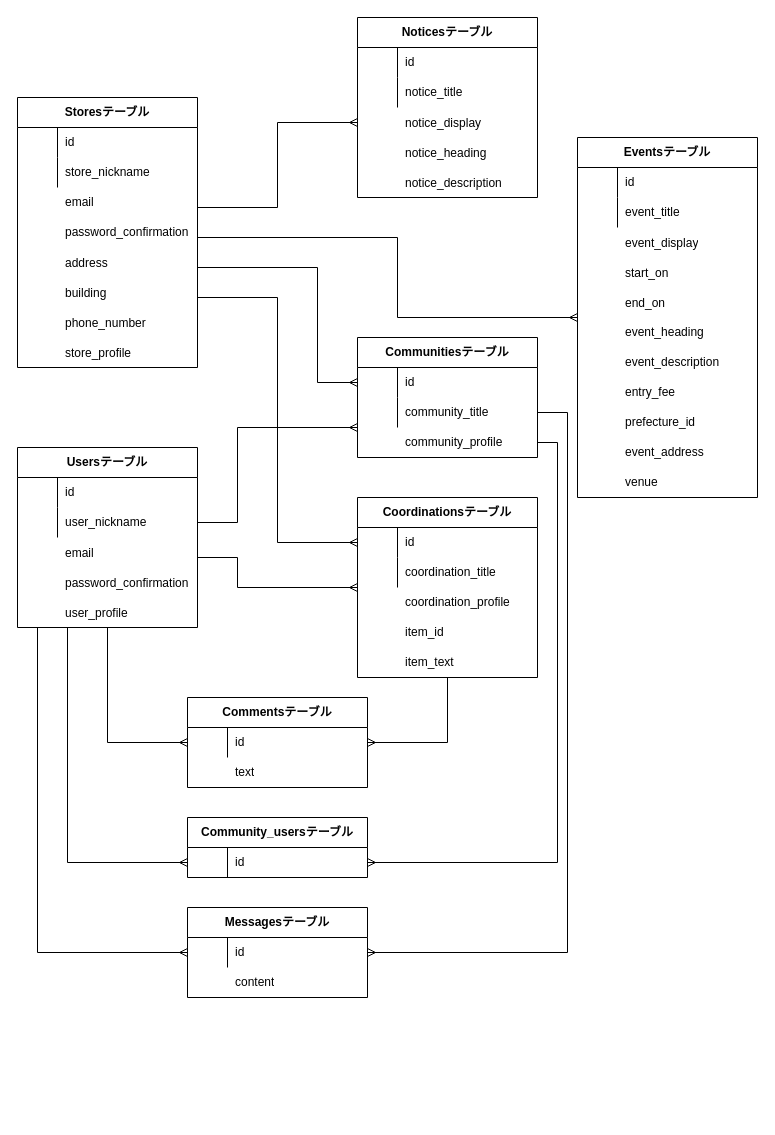
Before: furugispace.dio in yuto730/furugispace, a draw.io diagram. Source tidied: cells renumbered, new cells numbered last; positions are measured from the earlier drawing's top-left corner, leaving out a move shared by most shapes. Both pictures are drawn from the tidied source at 100%, with x=0, y=0 at pixel (17, 17).
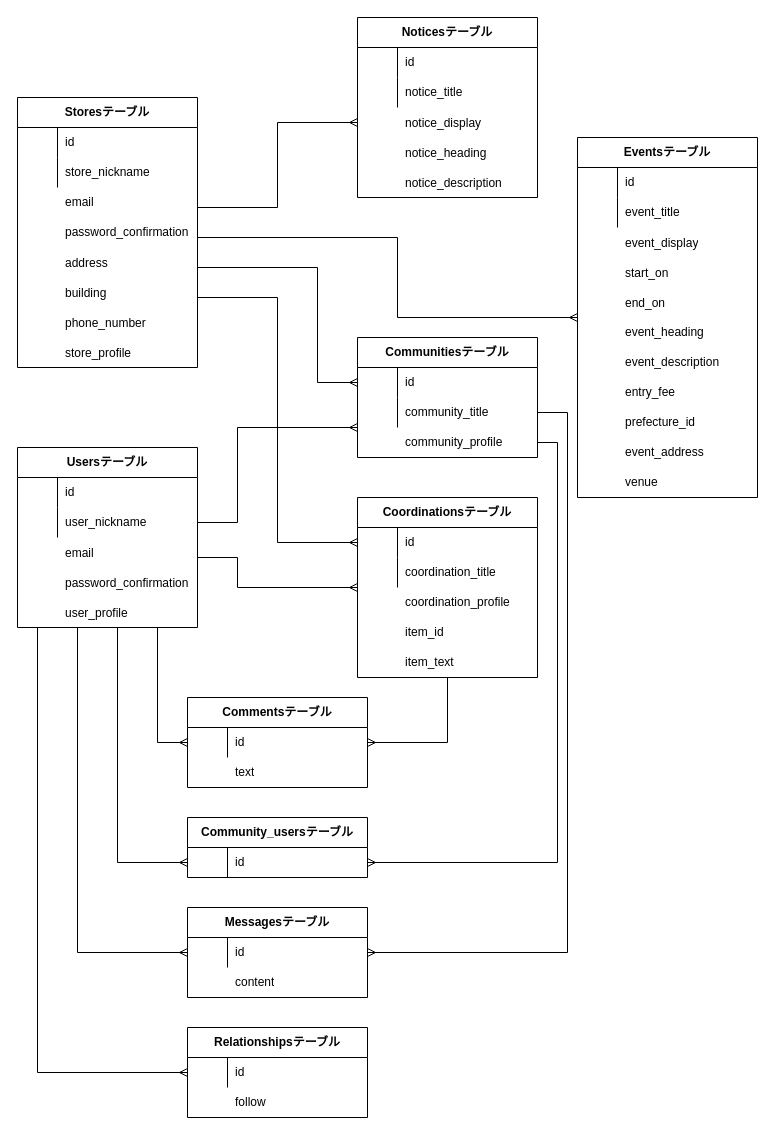
The same page after the edit.

The change refers to these unchanged cells:
```xml
<mxCell id="70" style="shape=partialRectangle;html=1;whiteSpace=wrap;fillColor=none;top=0;left=0;bottom=0;right=0;points=[[0,0.5],[1,0.5]];portConstraint=eastwest;" parent="69" vertex="1">
  <mxGeometry y="30" width="180" height="30" as="geometry" />
</mxCell>
<mxCell id="76" style="shape=partialRectangle;html=1;whiteSpace=wrap;fillColor=none;top=0;left=0;bottom=0;right=0;points=[[0,0.5],[1,0.5]];portConstraint=eastwest;" parent="75" vertex="1">
  <mxGeometry y="30" width="180" height="30" as="geometry" />
</mxCell>
<mxCell id="82" style="shape=partialRectangle;html=1;whiteSpace=wrap;fillColor=none;top=0;left=0;bottom=0;right=0;points=[[0,0.5],[1,0.5]];portConstraint=eastwest;" parent="81" vertex="1">
  <mxGeometry y="30" width="180" height="30" as="geometry" />
</mxCell>
```

The edit, as a diff of the source:
```diff
@@
     <mxCell id="74" style="edgeStyle=orthogonalEdgeStyle;rounded=0;jettySize=auto;html=1;endArrow=ERmany;endFill=0;startArrow=none;startFill=0;entryX=0;entryY=0.5;entryDx=0;entryDy=0;" parent="1" edge="1" target="70">
       <mxGeometry relative="1" as="geometry">
-        <mxPoint x="90" y="610" as="sourcePoint" />
+        <mxPoint x="140" y="610" as="sourcePoint" />
         <Array as="points">
-          <mxPoint x="90" y="725" />
+          <mxPoint x="140" y="725" />
         </Array>
       </mxGeometry>
     </mxCell>
@@
     <mxCell id="80" style="edgeStyle=orthogonalEdgeStyle;rounded=0;jettySize=auto;html=1;endArrow=ERmany;endFill=0;startArrow=none;startFill=0;entryX=0;entryY=0.5;entryDx=0;entryDy=0;" parent="1" edge="1" target="76">
       <mxGeometry relative="1" as="geometry">
-        <mxPoint x="50" y="610" as="sourcePoint" />
+        <mxPoint x="100" y="610" as="sourcePoint" />
         <Array as="points">
-          <mxPoint x="50" y="845" />
+          <mxPoint x="100" y="845" />
         </Array>
       </mxGeometry>
     </mxCell>
@@
     <mxCell id="86" style="edgeStyle=orthogonalEdgeStyle;rounded=0;jettySize=auto;html=1;endArrow=ERmany;endFill=0;startArrow=none;startFill=0;entryX=0;entryY=0.5;entryDx=0;entryDy=0;" parent="1" edge="1" target="82">
       <mxGeometry relative="1" as="geometry">
-        <mxPoint x="20" y="610" as="sourcePoint" />
+        <mxPoint x="60" y="610" as="sourcePoint" />
         <Array as="points">
-          <mxPoint x="20" y="935" />
+          <mxPoint x="60" y="935" />
         </Array>
       </mxGeometry>
     </mxCell>
@@
+    <mxCell id="95" value="Relationshipsテーブル" style="shape=table;html=1;whiteSpace=wrap;startSize=30;childLayout=tableLayout;rowLines=0;fontStyle=1;align=center;" parent="1" vertex="1">
+      <mxGeometry x="170" y="1010" width="180" height="90" as="geometry" />
+    </mxCell>
+    <mxCell id="96" style="shape=partialRectangle;html=1;whiteSpace=wrap;fillColor=none;top=0;left=0;bottom=0;right=0;points=[[0,0.5],[1,0.5]];portConstraint=eastwest;" parent="95" vertex="1">
+      <mxGeometry y="30" width="180" height="30" as="geometry" />
+    </mxCell>
+    <mxCell id="97" style="shape=partialRectangle;html=1;whiteSpace=wrap;fillColor=none;top=0;left=0;bottom=0;right=0;overflow=hidden;" parent="96" vertex="1">
+      <mxGeometry width="40" height="30" as="geometry" />
+    </mxCell>
+    <mxCell id="98" value="id" style="shape=partialRectangle;html=1;whiteSpace=wrap;fillColor=none;top=0;left=0;bottom=0;right=0;align=left;spacingLeft=6;overflow=hidden;" parent="96" vertex="1">
+      <mxGeometry x="40" width="140" height="30" as="geometry" />
+    </mxCell>
+    <mxCell id="99" value="follow" style="shape=partialRectangle;html=1;whiteSpace=wrap;fillColor=none;top=0;left=0;bottom=0;right=0;align=left;spacingLeft=6;overflow=hidden;" parent="1" vertex="1">
+      <mxGeometry x="210" y="1070" width="140" height="30" as="geometry" />
+    </mxCell>
+    <mxCell id="100" style="edgeStyle=orthogonalEdgeStyle;rounded=0;jettySize=auto;html=1;endArrow=ERmany;endFill=0;startArrow=none;startFill=0;entryX=0;entryY=0.5;entryDx=0;entryDy=0;" parent="1" edge="1" target="96">
+      <mxGeometry relative="1" as="geometry">
+        <mxPoint x="20" y="610" as="sourcePoint" />
+        <Array as="points">
+          <mxPoint x="20" y="1055" />
+        </Array>
+      </mxGeometry>
+    </mxCell>
```
